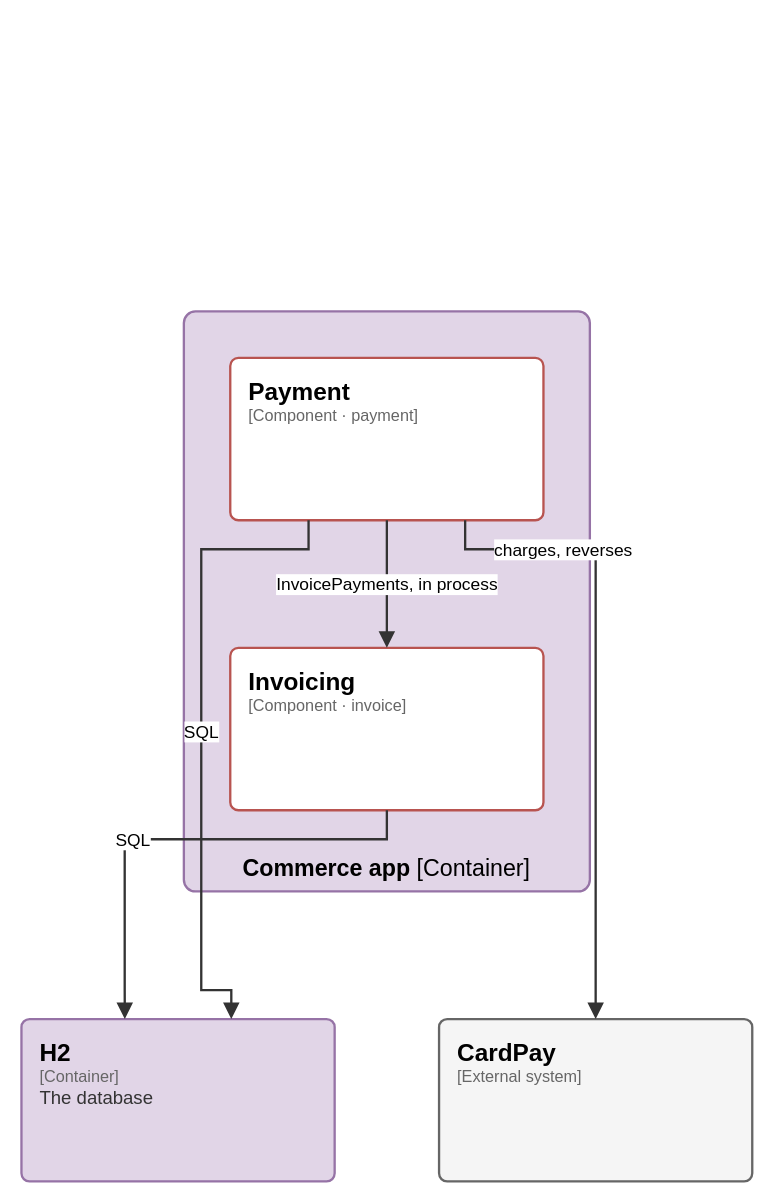
Earlier version of the draw.io diagram page "C4 3 - Components of Commerce app" (3 of 7) of docs/architecture/c4.drawio (elie29/partition-commerce). Source tidied: cells renumbered, new cells numbered last; positions are measured from the earlier drawing's top-left corner, leaving out a move shared by most shapes. Both pictures are drawn from the tidied source at 116%, with x=0, y=0 at pixel (21, 311).
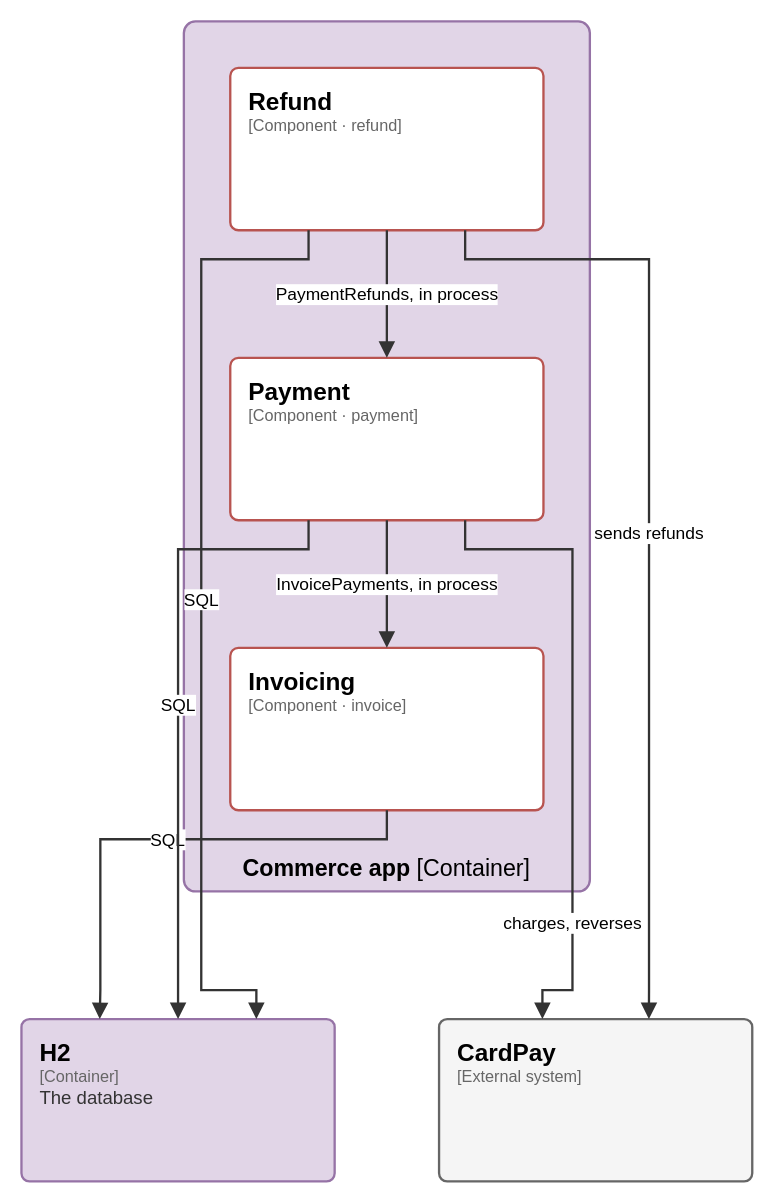
Above is the later version.

Diff of the diagram source:
```diff
@@
-    <mxCell id="2" value="&lt;b&gt;Commerce app&lt;/b&gt; [Container]" style="rounded=1;absoluteArcSize=1;arcSize=20;html=1;whiteSpace=wrap;fillColor=#e1d5e7;strokeColor=#9673a6;strokeWidth=2;fontFamily=IBM Plex Sans;fontSize=20;verticalAlign=bottom;spacingTop=6;spacingBottom=6;partition=Ocw2Pv0vhq;" parent="1" vertex="1">
-      <mxGeometry x="140" width="350" height="500" as="geometry" />
+    <mxCell id="2" value="&lt;b&gt;Commerce app&lt;/b&gt; [Container]" style="rounded=1;absoluteArcSize=1;arcSize=20;html=1;whiteSpace=wrap;fillColor=#e1d5e7;strokeColor=#9673a6;strokeWidth=2;fontFamily=IBM Plex Sans;fontSize=20;verticalAlign=bottom;spacingTop=6;spacingBottom=6;partition=5Ujj1fKCER;" parent="1" vertex="1">
+      <mxGeometry x="140" y="-250" width="350" height="750" as="geometry" />
     </mxCell>
-    <mxCell id="3" value="&lt;span style=&quot;font-size:21px;font-weight:600;color:#000000&quot;&gt;Invoicing&lt;/span&gt;&lt;br&gt;&lt;span style=&quot;font-family:IBM Plex Mono;font-size:14px;color:#666666&quot;&gt;[Component · invoice]&lt;/span&gt;" style="rounded=1;absoluteArcSize=1;arcSize=14;html=1;whiteSpace=wrap;fillColor=#ffffff;strokeColor=#b85450;strokeWidth=2;fontFamily=IBM Plex Sans;align=left;verticalAlign=top;spacingLeft=14;spacingRight=10;spacingTop=10;partition=NwpGBdmDzl;" parent="1" vertex="1">
+    <mxCell id="3" value="&lt;span style=&quot;font-size:21px;font-weight:600;color:#000000&quot;&gt;Invoicing&lt;/span&gt;&lt;br&gt;&lt;span style=&quot;font-family:IBM Plex Mono;font-size:14px;color:#666666&quot;&gt;[Component · invoice]&lt;/span&gt;" style="rounded=1;absoluteArcSize=1;arcSize=14;html=1;whiteSpace=wrap;fillColor=#ffffff;strokeColor=#b85450;strokeWidth=2;fontFamily=IBM Plex Sans;align=left;verticalAlign=top;spacingLeft=14;spacingRight=10;spacingTop=10;partition=aHuj8PVB3X;" parent="1" vertex="1">
       <mxGeometry x="180" y="290" width="270" height="140" as="geometry" />
     </mxCell>
-    <mxCell id="4" value="&lt;span style=&quot;font-size:21px;font-weight:600;color:#000000&quot;&gt;Payment&lt;/span&gt;&lt;br&gt;&lt;span style=&quot;font-family:IBM Plex Mono;font-size:14px;color:#666666&quot;&gt;[Component · payment]&lt;/span&gt;" style="rounded=1;absoluteArcSize=1;arcSize=14;html=1;whiteSpace=wrap;fillColor=#ffffff;strokeColor=#b85450;strokeWidth=2;fontFamily=IBM Plex Sans;align=left;verticalAlign=top;spacingLeft=14;spacingRight=10;spacingTop=10;partition=rwtB4VHL-5;" parent="1" vertex="1">
+    <mxCell id="4" value="&lt;span style=&quot;font-size:21px;font-weight:600;color:#000000&quot;&gt;Payment&lt;/span&gt;&lt;br&gt;&lt;span style=&quot;font-family:IBM Plex Mono;font-size:14px;color:#666666&quot;&gt;[Component · payment]&lt;/span&gt;" style="rounded=1;absoluteArcSize=1;arcSize=14;html=1;whiteSpace=wrap;fillColor=#ffffff;strokeColor=#b85450;strokeWidth=2;fontFamily=IBM Plex Sans;align=left;verticalAlign=top;spacingLeft=14;spacingRight=10;spacingTop=10;partition=NwpGBdmDzl;" parent="1" vertex="1">
       <mxGeometry x="180" y="40" width="270" height="140" as="geometry" />
     </mxCell>
+    <mxCell id="11" value="&lt;span style=&quot;font-size:21px;font-weight:600;color:#000000&quot;&gt;Refund&lt;/span&gt;&lt;br&gt;&lt;span style=&quot;font-family:IBM Plex Mono;font-size:14px;color:#666666&quot;&gt;[Component · refund]&lt;/span&gt;" style="rounded=1;absoluteArcSize=1;arcSize=14;html=1;whiteSpace=wrap;fillColor=#ffffff;strokeColor=#b85450;strokeWidth=2;fontFamily=IBM Plex Sans;align=left;verticalAlign=top;spacingLeft=14;spacingRight=10;spacingTop=10;partition=rwtB4VHL-5;" parent="1" vertex="1">
+      <mxGeometry x="180" y="-210" width="270" height="140" as="geometry" />
+    </mxCell>
-    <mxCell id="5" value="&lt;span style=&quot;font-size:21px;font-weight:600;color:#000000&quot;&gt;H2&lt;/span&gt;&lt;br&gt;&lt;span style=&quot;font-family:IBM Plex Mono;font-size:14px;color:#666666&quot;&gt;[Container]&lt;/span&gt;&lt;br&gt;&lt;span style=&quot;font-size:16px;color:#333333;line-height:1.3&quot;&gt;The database&lt;/span&gt;" style="rounded=1;absoluteArcSize=1;arcSize=14;html=1;whiteSpace=wrap;fillColor=#e1d5e7;strokeColor=#9673a6;strokeWidth=2;fontFamily=IBM Plex Sans;align=left;verticalAlign=top;spacingLeft=14;spacingRight=10;spacingTop=10;partition=VhqOdWhMpS;" parent="1" vertex="1">
+    <mxCell id="5" value="&lt;span style=&quot;font-size:21px;font-weight:600;color:#000000&quot;&gt;H2&lt;/span&gt;&lt;br&gt;&lt;span style=&quot;font-family:IBM Plex Mono;font-size:14px;color:#666666&quot;&gt;[Container]&lt;/span&gt;&lt;br&gt;&lt;span style=&quot;font-size:16px;color:#333333;line-height:1.3&quot;&gt;The database&lt;/span&gt;" style="rounded=1;absoluteArcSize=1;arcSize=14;html=1;whiteSpace=wrap;fillColor=#e1d5e7;strokeColor=#9673a6;strokeWidth=2;fontFamily=IBM Plex Sans;align=left;verticalAlign=top;spacingLeft=14;spacingRight=10;spacingTop=10;partition=e1b4aq0M80;" parent="1" vertex="1">
       <mxGeometry y="610" width="270" height="140" as="geometry" />
     </mxCell>
-    <mxCell id="6" value="&lt;span style=&quot;font-size:21px;font-weight:600;color:#000000&quot;&gt;CardPay&lt;/span&gt;&lt;br&gt;&lt;span style=&quot;font-family:IBM Plex Mono;font-size:14px;color:#666666&quot;&gt;[External system]&lt;/span&gt;" style="rounded=1;absoluteArcSize=1;arcSize=14;html=1;whiteSpace=wrap;fillColor=#f5f5f5;strokeColor=#666666;strokeWidth=2;fontFamily=IBM Plex Sans;align=left;verticalAlign=top;spacingLeft=14;spacingRight=10;spacingTop=10;partition=R1m1i5lw6r;" parent="1" vertex="1">
+    <mxCell id="6" value="&lt;span style=&quot;font-size:21px;font-weight:600;color:#000000&quot;&gt;CardPay&lt;/span&gt;&lt;br&gt;&lt;span style=&quot;font-family:IBM Plex Mono;font-size:14px;color:#666666&quot;&gt;[External system]&lt;/span&gt;" style="rounded=1;absoluteArcSize=1;arcSize=14;html=1;whiteSpace=wrap;fillColor=#f5f5f5;strokeColor=#666666;strokeWidth=2;fontFamily=IBM Plex Sans;align=left;verticalAlign=top;spacingLeft=14;spacingRight=10;spacingTop=10;partition=U8ZHIrmfT8;" parent="1" vertex="1">
       <mxGeometry x="360" y="610" width="270" height="140" as="geometry" />
     </mxCell>
-    <mxCell id="7" value="SQL" style="edgeStyle=orthogonalEdgeStyle;rounded=0;html=1;endArrow=block;endFill=1;endSize=9;strokeColor=#333333;strokeWidth=2;fontFamily=IBM Plex Sans;fontSize=15;fontColor=#000000;labelBackgroundColor=#FFFFFF;spacing=3;exitX=0.5;exitY=1;exitPerimeter=0;entryX=0.33;entryY=0;entryPerimeter=0;partition=Qrln_CddIp;" parent="1" edge="1" source="3" target="5">
-      <mxGeometry x="0.2" relative="1" as="geometry">
+    <mxCell id="7" value="SQL" style="edgeStyle=orthogonalEdgeStyle;rounded=0;html=1;endArrow=block;endFill=1;endSize=9;strokeColor=#333333;strokeWidth=2;fontFamily=IBM Plex Sans;fontSize=15;fontColor=#000000;labelBackgroundColor=#FFFFFF;spacing=3;exitX=0.5;exitY=1;exitPerimeter=0;entryX=0.25;entryY=0;entryPerimeter=0;partition=5TQSei5ONI;" parent="1" edge="1" source="3" target="5">
+      <mxGeometry relative="1" as="geometry">
         <Array as="points">
           <mxPoint x="315" y="455" />
-          <mxPoint x="89" y="455" />
-          <mxPoint x="89" y="585" />
+          <mxPoint x="68" y="455" />
+          <mxPoint x="68" y="585" />
         </Array>
       </mxGeometry>
     </mxCell>
-    <mxCell id="8" value="InvoicePayments, in process" style="edgeStyle=orthogonalEdgeStyle;rounded=0;html=1;endArrow=block;endFill=1;endSize=9;strokeColor=#333333;strokeWidth=2;fontFamily=IBM Plex Sans;fontSize=15;fontColor=#000000;labelBackgroundColor=#FFFFFF;spacing=3;exitX=0.5;exitY=1;exitPerimeter=0;entryX=0.5;entryY=0;entryPerimeter=0;partition=1YEl2DaKqo;" parent="1" edge="1" source="4" target="3">
+    <mxCell id="8" value="InvoicePayments, in process" style="edgeStyle=orthogonalEdgeStyle;rounded=0;html=1;endArrow=block;endFill=1;endSize=9;strokeColor=#333333;strokeWidth=2;fontFamily=IBM Plex Sans;fontSize=15;fontColor=#000000;labelBackgroundColor=#FFFFFF;spacing=3;exitX=0.5;exitY=1;exitPerimeter=0;entryX=0.5;entryY=0;entryPerimeter=0;partition=6OSdNt9FWn;" parent="1" edge="1" source="4" target="3">
       <mxGeometry relative="1" as="geometry">
         <Array as="points">
           <mxPoint x="315" y="205" />
           <mxPoint x="315" y="265" />
         </Array>
       </mxGeometry>
     </mxCell>
-    <mxCell id="9" value="SQL" style="edgeStyle=orthogonalEdgeStyle;rounded=0;html=1;endArrow=block;endFill=1;endSize=9;strokeColor=#333333;strokeWidth=2;fontFamily=IBM Plex Sans;fontSize=15;fontColor=#000000;labelBackgroundColor=#FFFFFF;spacing=3;exitX=0.25;exitY=1;exitPerimeter=0;entryX=0.67;entryY=0;entryPerimeter=0;partition=PtnRfR8xnV;" parent="1" edge="1" source="4" target="5">
+    <mxCell id="9" value="SQL" style="edgeStyle=orthogonalEdgeStyle;rounded=0;html=1;endArrow=block;endFill=1;endSize=9;strokeColor=#333333;strokeWidth=2;fontFamily=IBM Plex Sans;fontSize=15;fontColor=#000000;labelBackgroundColor=#FFFFFF;spacing=3;exitX=0.25;exitY=1;exitPerimeter=0;entryX=0.5;entryY=0;entryPerimeter=0;partition=dhFIR5k9Zv;" parent="1" edge="1" source="4" target="5">
       <mxGeometry relative="1" as="geometry">
         <Array as="points">
           <mxPoint x="248" y="205" />
-          <mxPoint x="155" y="205" />
-          <mxPoint x="155" y="585" />
-          <mxPoint x="181" y="585" />
+          <mxPoint x="135" y="205" />
+          <mxPoint x="135" y="585" />
         </Array>
       </mxGeometry>
     </mxCell>
-    <mxCell id="10" value="charges, reverses" style="edgeStyle=orthogonalEdgeStyle;rounded=0;html=1;endArrow=block;endFill=1;endSize=9;strokeColor=#333333;strokeWidth=2;fontFamily=IBM Plex Sans;fontSize=15;fontColor=#000000;labelBackgroundColor=#FFFFFF;spacing=3;exitX=0.75;exitY=1;exitPerimeter=0;entryX=0.5;entryY=0;entryPerimeter=0;partition=9pC38WTXPV;" parent="1" edge="1" source="4" target="6">
-      <mxGeometry x="-0.6" relative="1" as="geometry">
+    <mxCell id="10" value="charges, reverses" style="edgeStyle=orthogonalEdgeStyle;rounded=0;html=1;endArrow=block;endFill=1;endSize=9;strokeColor=#333333;strokeWidth=2;fontFamily=IBM Plex Sans;fontSize=15;fontColor=#000000;labelBackgroundColor=#FFFFFF;spacing=3;exitX=0.75;exitY=1;exitPerimeter=0;entryX=0.33;entryY=0;entryPerimeter=0;partition=kfptY8MYwu;" parent="1" edge="1" source="4" target="6">
+      <mxGeometry x="0.6" relative="1" as="geometry">
         <Array as="points">
           <mxPoint x="383" y="205" />
-          <mxPoint x="495" y="205" />
-          <mxPoint x="495" y="585" />
+          <mxPoint x="475" y="205" />
+          <mxPoint x="475" y="585" />
+          <mxPoint x="449" y="585" />
         </Array>
       </mxGeometry>
     </mxCell>
+    <mxCell id="12" value="PaymentRefunds, in process" style="edgeStyle=orthogonalEdgeStyle;rounded=0;html=1;endArrow=block;endFill=1;endSize=9;strokeColor=#333333;strokeWidth=2;fontFamily=IBM Plex Sans;fontSize=15;fontColor=#000000;labelBackgroundColor=#FFFFFF;spacing=3;exitX=0.5;exitY=1;exitPerimeter=0;entryX=0.5;entryY=0;entryPerimeter=0;partition=1YEl2DaKqo;" parent="1" edge="1" source="11" target="4">
+      <mxGeometry relative="1" as="geometry">
+        <Array as="points">
+          <mxPoint x="315" y="-45" />
+          <mxPoint x="315" y="15" />
+        </Array>
+      </mxGeometry>
+    </mxCell>
+    <mxCell id="13" value="SQL" style="edgeStyle=orthogonalEdgeStyle;rounded=0;html=1;endArrow=block;endFill=1;endSize=9;strokeColor=#333333;strokeWidth=2;fontFamily=IBM Plex Sans;fontSize=15;fontColor=#000000;labelBackgroundColor=#FFFFFF;spacing=3;exitX=0.25;exitY=1;exitPerimeter=0;entryX=0.75;entryY=0;entryPerimeter=0;partition=6F-cohUFX_;" parent="1" edge="1" source="11" target="5">
+      <mxGeometry relative="1" as="geometry">
+        <Array as="points">
+          <mxPoint x="248" y="-45" />
+          <mxPoint x="155" y="-45" />
+          <mxPoint x="155" y="585" />
+          <mxPoint x="203" y="585" />
+        </Array>
+      </mxGeometry>
+    </mxCell>
+    <mxCell id="14" value="sends refunds" style="edgeStyle=orthogonalEdgeStyle;rounded=0;html=1;endArrow=block;endFill=1;endSize=9;strokeColor=#333333;strokeWidth=2;fontFamily=IBM Plex Sans;fontSize=15;fontColor=#000000;labelBackgroundColor=#FFFFFF;spacing=3;exitX=0.75;exitY=1;exitPerimeter=0;entryX=0.67;entryY=0;entryPerimeter=0;partition=xrp9pGp3Kw;" parent="1" edge="1" source="11" target="6">
+      <mxGeometry relative="1" as="geometry">
+        <Array as="points">
+          <mxPoint x="383" y="-45" />
+          <mxPoint x="541" y="-45" />
+          <mxPoint x="541" y="585" />
+        </Array>
+      </mxGeometry>
+    </mxCell>
```
